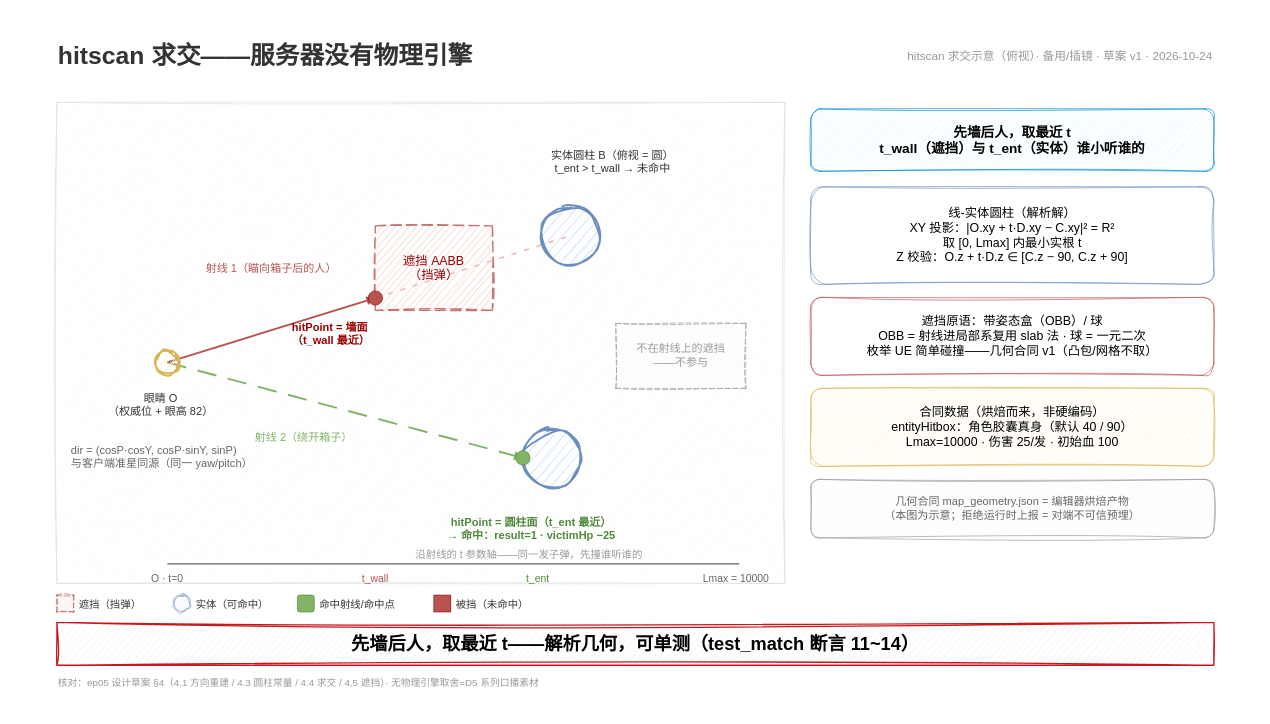
Earlier version of the draw.io diagram docs/episodes/ep05/hitscan_math.drawio (x-PiXiu/Sightline). Source tidied: cells renumbered, new cells numbered last; positions are measured from the earlier drawing's top-left corner, leaving out a move shared by most shapes. Both pictures are drawn from the tidied source at 65%, with x=0, y=0 at pixel (11, 11).
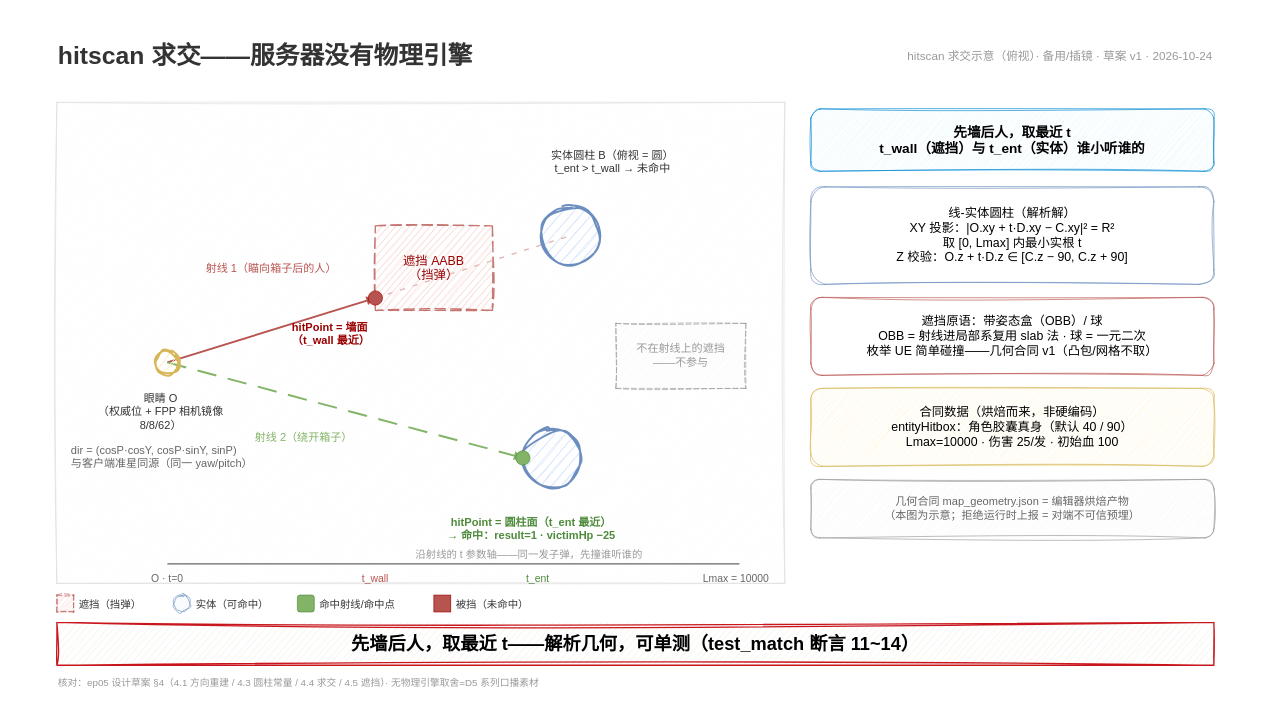
Above is the later version.

Diff of the diagram source:
```diff
@@
-    <mxCell id="12" value="眼睛 O&#10;（权威位 + 眼高 82）" style="text;fontSize=17;fontColor=#333333;align=center;whiteSpace=wrap;" parent="1" vertex="1">
+    <mxCell id="12" value="眼睛 O&#10;（权威位 + FPP 相机镜像 8/8/62）" style="text;fontSize=17;fontColor=#333333;align=center;whiteSpace=wrap;" parent="1" vertex="1">
       <mxGeometry x="120" y="580" width="220" height="56" as="geometry" />
     </mxCell>
```
